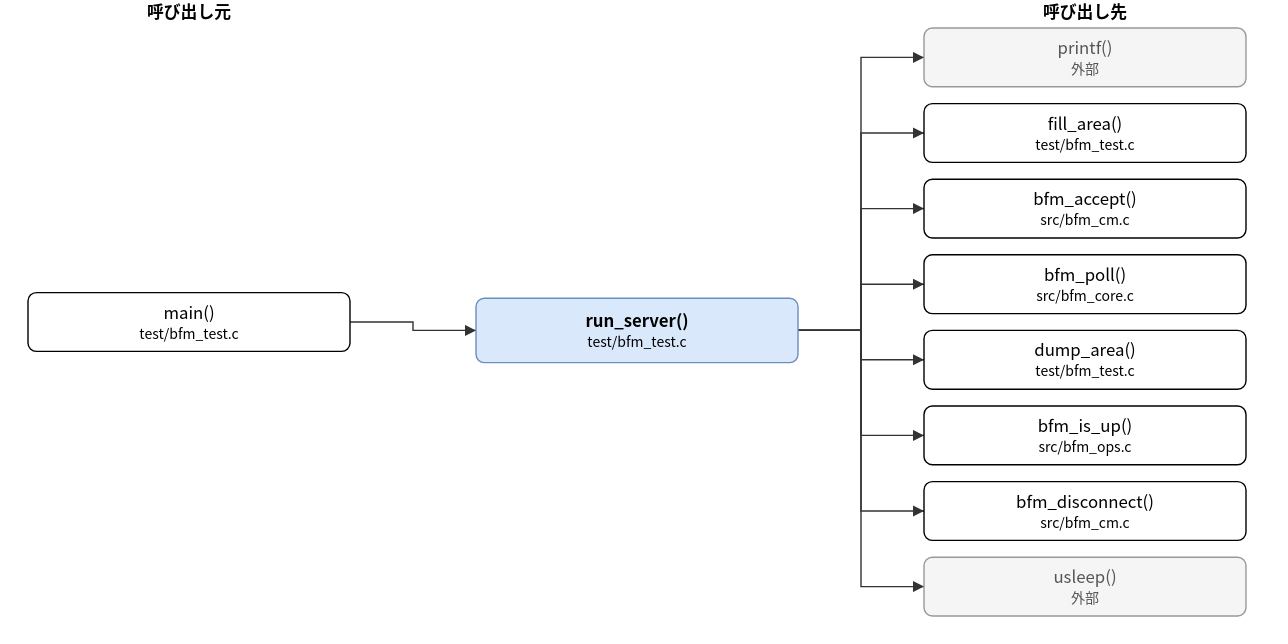
Above: doc/spec/images/call_test_bfm_test-run_server.drawio.svg in hf355051012-ai/bfmem (draw.io), before the change. Source tidied: cells renumbered, new cells last; positions are measured from the earlier drawing's top-left corner, leaving out a move shared by most shapes.
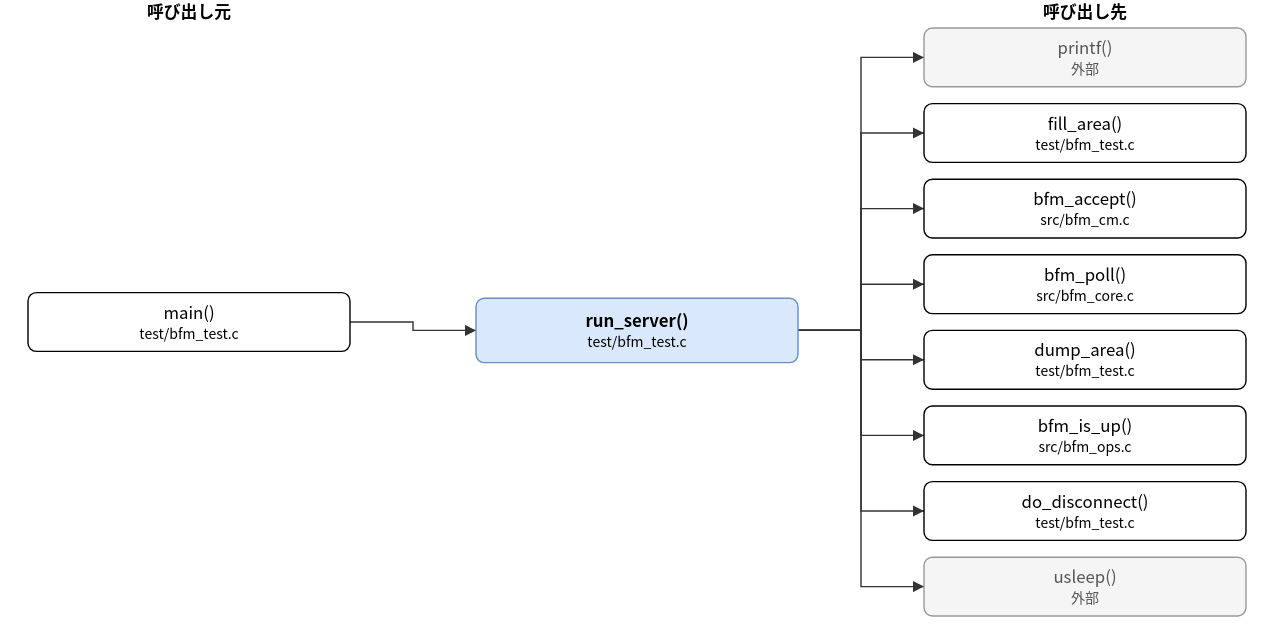
Above is the later version.

The edit, as a diff of the source:
```diff
@@ -26,7 +26,7 @@
     <mxCell id="9" value="bfm_is_up()&lt;br&gt;&lt;font style=&quot;font-size:10px&quot;&gt;src/bfm_ops.c&lt;/font&gt;" style="rounded=1;whiteSpace=wrap;html=1;" parent="1" vertex="1">
       <mxGeometry x="640" y="290" width="230" height="42" as="geometry" />
     </mxCell>
-    <mxCell id="10" value="bfm_disconnect()&lt;br&gt;&lt;font style=&quot;font-size:10px&quot;&gt;src/bfm_cm.c&lt;/font&gt;" style="rounded=1;whiteSpace=wrap;html=1;" parent="1" vertex="1">
+    <mxCell id="10" value="do_disconnect()&lt;br&gt;&lt;font style=&quot;font-size:10px&quot;&gt;test/bfm_test.c&lt;/font&gt;" style="rounded=1;whiteSpace=wrap;html=1;" parent="1" vertex="1">
       <mxGeometry x="640" y="344" width="230" height="42" as="geometry" />
     </mxCell>
     <mxCell id="11" value="usleep()&lt;br&gt;&lt;font style=&quot;font-size:10px&quot;&gt;外部&lt;/font&gt;" style="rounded=1;whiteSpace=wrap;html=1;fillColor=#f5f5f5;strokeColor=#999999;fontColor=#555555;" parent="1" vertex="1">
```
